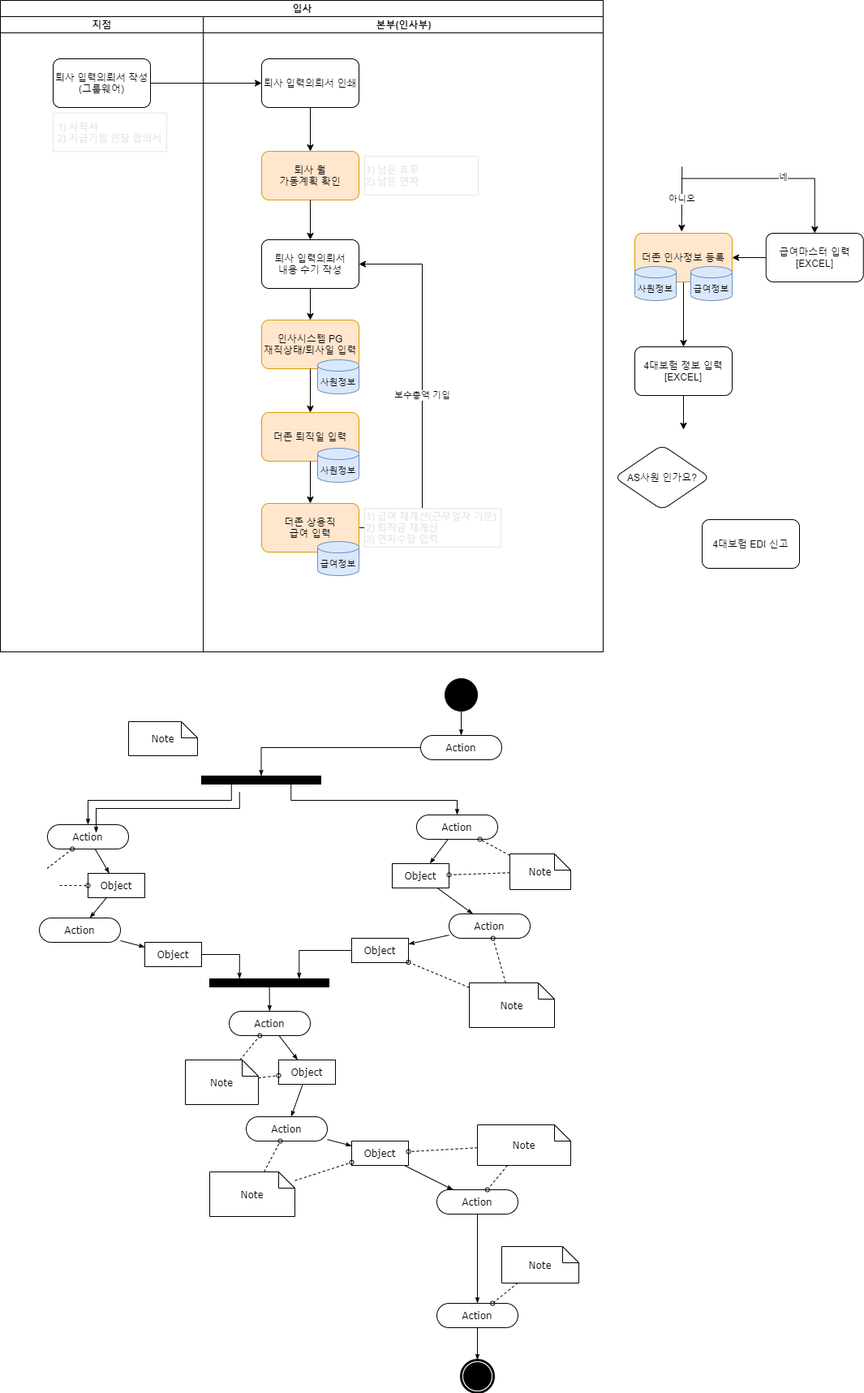
This is Insa_Resignation.drawio의 복사본.png from seunggeunjo/Flow-Chart, a draw.io export, as it was before one commit. Source tidied: cells renumbered, new cells last; positions are measured from the earlier drawing's top-left corner, leaving out a move shared by most shapes.
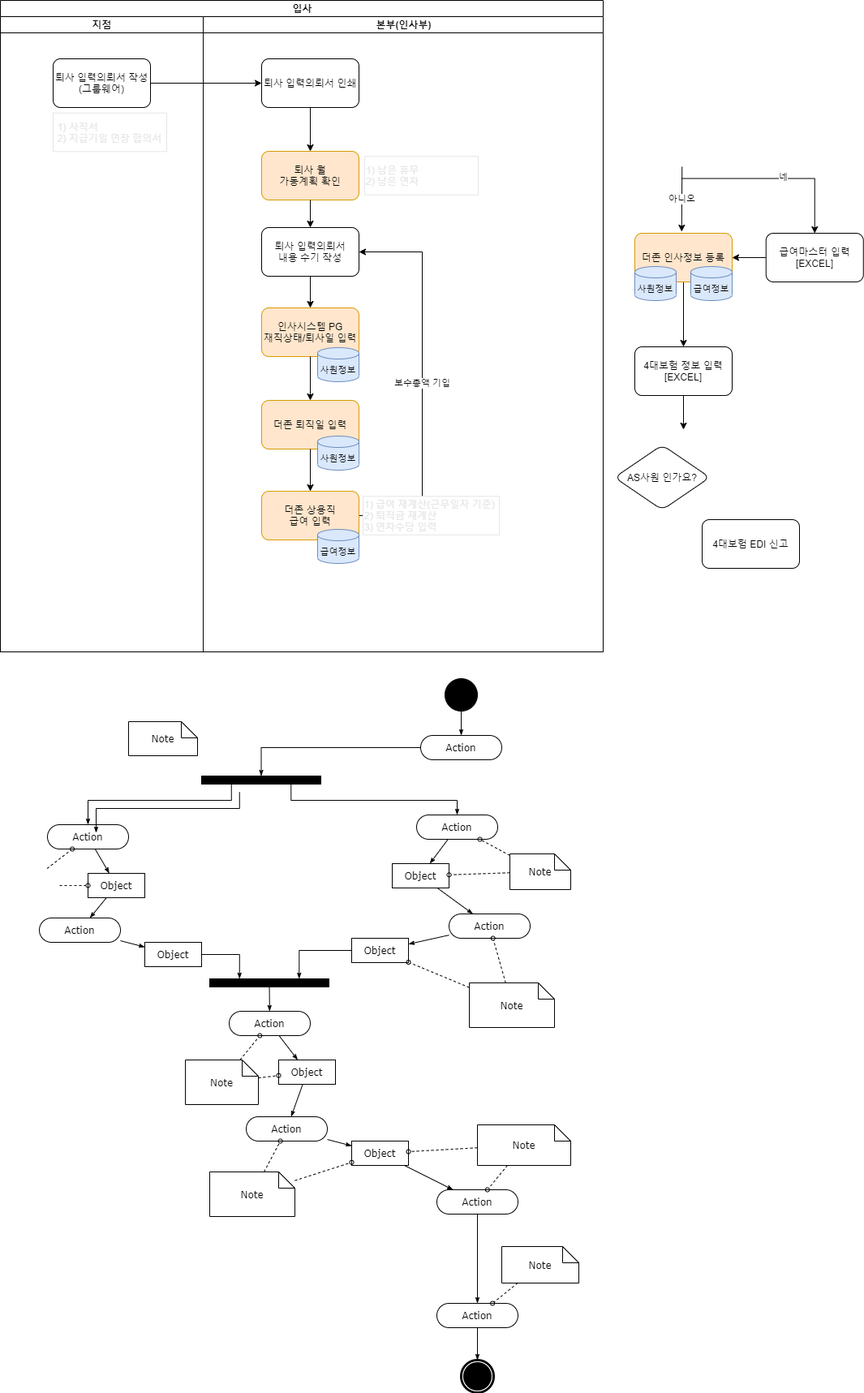
The same diagram one commit later.

Commit message:
Insa_Resignation.drawio의 복사본.png 업데이트

What changed in the source:
```diff
@@ -81,45 +81,47 @@
       <mxGeometry relative="1" as="geometry" />
     </mxCell>
     <mxCell id="24" value="퇴사 입력의뢰서&lt;br&gt;내용 수기 작성" style="whiteSpace=wrap;html=1;rounded=1;" parent="7" vertex="1">
-      <mxGeometry x="72" y="275" width="120" height="60" as="geometry" />
+      <mxGeometry x="72" y="260" width="120" height="60" as="geometry" />
     </mxCell>
-    <mxCell id="25" style="edgeStyle=orthogonalEdgeStyle;rounded=0;jettySize=auto;html=1;fontColor=#E6E6E6;" parent="7" edge="1" source="9" target="24">
-      <mxGeometry relative="1" as="geometry" />
+    <mxCell id="25" style="edgeStyle=orthogonalEdgeStyle;rounded=0;jettySize=auto;html=1;fontColor=#E6E6E6;" parent="7" edge="1" source="9">
+      <mxGeometry relative="1" as="geometry">
+        <mxPoint x="132" y="260" as="targetPoint" />
+      </mxGeometry>
     </mxCell>
     <mxCell id="26" value="인사시스템 PG&lt;br&gt;재직상태/퇴사일 입력" style="whiteSpace=wrap;html=1;rounded=1;fillColor=#ffe6cc;strokeColor=#d79b00;" parent="7" vertex="1">
-      <mxGeometry x="72" y="374" width="120" height="60" as="geometry" />
+      <mxGeometry x="72" y="359" width="120" height="60" as="geometry" />
     </mxCell>
     <mxCell id="27" value="&lt;div&gt;&lt;span&gt;&lt;br&gt;&lt;/span&gt;&lt;/div&gt;&lt;div&gt;&lt;span&gt;사원정보&lt;/span&gt;&lt;/div&gt;" style="strokeWidth=1;html=1;shape=mxgraph.flowchart.database;whiteSpace=wrap;fontSize=11;fillColor=#dae8fc;strokeColor=#6c8ebf;align=center;" parent="7" vertex="1">
-      <mxGeometry x="141" y="423" width="51" height="42" as="geometry" />
+      <mxGeometry x="141" y="408" width="51" height="42" as="geometry" />
     </mxCell>
     <mxCell id="28" value="더존 퇴직일&amp;nbsp;입력" style="whiteSpace=wrap;html=1;rounded=1;strokeColor=#d79b00;fillColor=#ffe6cc;" parent="7" vertex="1">
-      <mxGeometry x="72" y="488" width="120" height="60" as="geometry" />
+      <mxGeometry x="72" y="473" width="120" height="60" as="geometry" />
     </mxCell>
     <mxCell id="29" style="edgeStyle=orthogonalEdgeStyle;rounded=0;jettySize=auto;html=1;fontColor=#E6E6E6;" parent="7" edge="1" source="26" target="28">
       <mxGeometry relative="1" as="geometry" />
     </mxCell>
     <mxCell id="30" value="&lt;div&gt;&lt;span&gt;&lt;br&gt;&lt;/span&gt;&lt;/div&gt;&lt;div&gt;&lt;span&gt;사원정보&lt;/span&gt;&lt;/div&gt;" style="strokeWidth=1;html=1;shape=mxgraph.flowchart.database;whiteSpace=wrap;fontSize=11;fillColor=#dae8fc;strokeColor=#6c8ebf;align=center;" parent="7" vertex="1">
-      <mxGeometry x="141" y="532" width="51" height="42" as="geometry" />
+      <mxGeometry x="141" y="517" width="51" height="42" as="geometry" />
     </mxCell>
     <mxCell id="31" value="&lt;font color=&quot;#000000&quot;&gt;보수총액 기입&lt;/font&gt;" style="edgeStyle=orthogonalEdgeStyle;rounded=0;jettySize=auto;html=1;exitX=1;exitY=0.5;exitDx=0;exitDy=0;entryX=1;entryY=0.5;entryDx=0;entryDy=0;fontColor=#E6E6E6;" parent="7" edge="1" source="32" target="24">
       <mxGeometry relative="1" as="geometry">
         <Array as="points">
-          <mxPoint x="270" y="630" />
-          <mxPoint x="270" y="305" />
+          <mxPoint x="270" y="615" />
+          <mxPoint x="270" y="290" />
         </Array>
       </mxGeometry>
     </mxCell>
     <mxCell id="32" value="더존 상용직&lt;br&gt;급여 입력" style="whiteSpace=wrap;html=1;rounded=1;strokeColor=#d79b00;fillColor=#ffe6cc;" parent="7" vertex="1">
-      <mxGeometry x="72" y="600" width="120" height="60" as="geometry" />
+      <mxGeometry x="72" y="585" width="120" height="60" as="geometry" />
     </mxCell>
     <mxCell id="33" style="edgeStyle=orthogonalEdgeStyle;rounded=0;jettySize=auto;html=1;fontColor=#E6E6E6;" parent="7" edge="1" source="28" target="32">
       <mxGeometry relative="1" as="geometry" />
     </mxCell>
     <mxCell id="34" value="&lt;div&gt;&lt;span&gt;&lt;font color=&quot;#e6e6e6&quot;&gt;1) 급여 재계산(근무일자 기준)&lt;/font&gt;&lt;/span&gt;&lt;/div&gt;&lt;div&gt;&lt;span&gt;&lt;font color=&quot;#e6e6e6&quot;&gt;2) 퇴직금 재계산&lt;/font&gt;&lt;/span&gt;&lt;/div&gt;&lt;div&gt;&lt;span&gt;&lt;font color=&quot;#e6e6e6&quot;&gt;3) 연차수당 입력&lt;/font&gt;&lt;/span&gt;&lt;/div&gt;" style="whiteSpace=wrap;html=1;align=left;newEdgeStyle={&quot;edgeStyle&quot;:&quot;elbowEdgeStyle&quot;,&quot;startArrow&quot;:&quot;none&quot;,&quot;endArrow&quot;:&quot;none&quot;};strokeColor=#E6E6E6;" parent="7" vertex="1">
-      <mxGeometry x="199" y="606.2" width="168" height="47.5" as="geometry" />
+      <mxGeometry x="197" y="591.2" width="168" height="47.5" as="geometry" />
     </mxCell>
     <mxCell id="35" value="&lt;div&gt;&lt;br&gt;&lt;/div&gt;&lt;div&gt;급여정보&lt;/div&gt;" style="strokeWidth=1;html=1;shape=mxgraph.flowchart.database;whiteSpace=wrap;fontSize=11;fillColor=#dae8fc;strokeColor=#6c8ebf;align=center;" parent="7" vertex="1">
-      <mxGeometry x="141" y="647" width="51" height="42" as="geometry" />
+      <mxGeometry x="141" y="632" width="51" height="42" as="geometry" />
     </mxCell>
     <mxCell id="36" style="edgeStyle=none;rounded=0;html=1;labelBackgroundColor=none;startArrow=none;startFill=0;startSize=5;endArrow=classicThin;endFill=1;endSize=5;jettySize=auto;strokeWidth=1;fontFamily=Verdana;fontSize=12;" parent="1" edge="1" source="37" target="40">
       <mxGeometry relative="1" as="geometry" />
```
